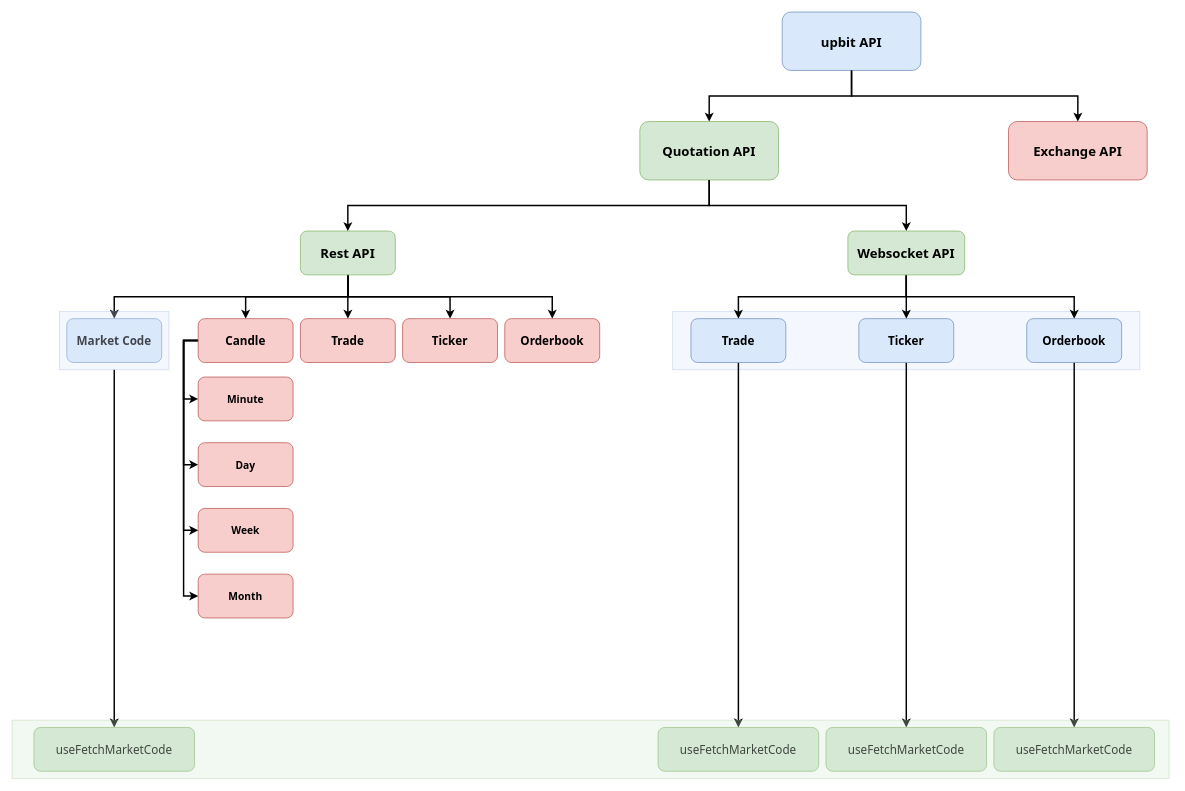
Before: page "Page-1" (1 of 2) of draws/api_flow.drawio in devKangMinHyeok/use-upbit-api, a draw.io diagram. Source tidied: cells renumbered, new cells numbered last; positions are measured from the earlier drawing's top-left corner, leaving out a move shared by most shapes. Both pictures are drawn from the tidied source at 73%, with x=0, y=0 at pixel (12, 12).
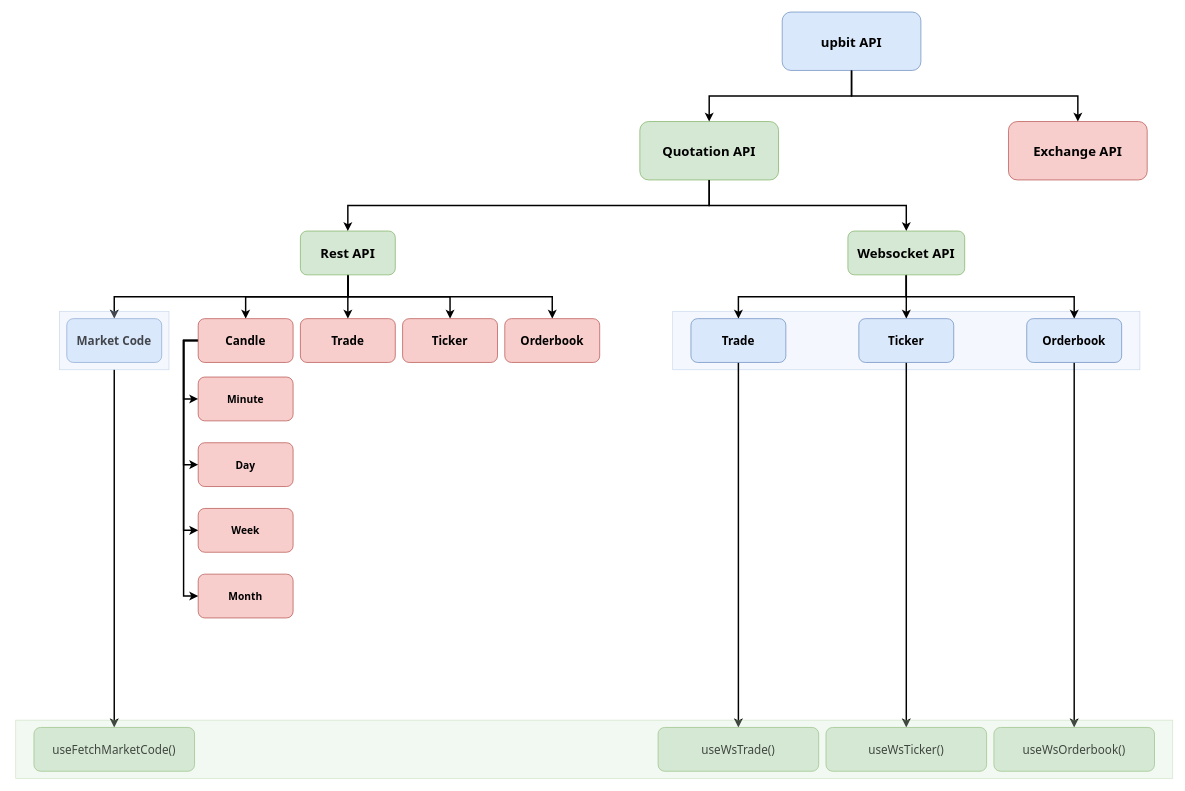
The same diagram, later.

The edit, as a diff of the source:
```diff
@@
-    <mxCell id="41" value="useFetchMarketCode" style="rounded=1;fillColor=#d5e8d4;strokeColor=#82b366;fontStyle=0;fontFamily=Tahoma;fontSize=16;" parent="1" vertex="1">
+    <mxCell id="41" value="useFetchMarketCode()" style="rounded=1;fillColor=#d5e8d4;strokeColor=#82b366;fontStyle=0;fontFamily=Tahoma;fontSize=16;" parent="1" vertex="1">
       <mxGeometry x="30" y="980" width="220" height="60" as="geometry" />
     </mxCell>
-    <mxCell id="42" value="useFetchMarketCode" style="rounded=1;fillColor=#d5e8d4;strokeColor=#82b366;fontStyle=0;fontFamily=Tahoma;fontSize=16;" parent="1" vertex="1">
+    <mxCell id="42" value="useWsTrade()" style="rounded=1;fillColor=#d5e8d4;strokeColor=#82b366;fontStyle=0;fontFamily=Tahoma;fontSize=16;" parent="1" vertex="1">
       <mxGeometry x="885" y="980" width="220" height="60" as="geometry" />
     </mxCell>
-    <mxCell id="43" value="useFetchMarketCode" style="rounded=1;fillColor=#d5e8d4;strokeColor=#82b366;fontStyle=0;fontFamily=Tahoma;fontSize=16;" parent="1" vertex="1">
+    <mxCell id="43" value="useWsTicker()" style="rounded=1;fillColor=#d5e8d4;strokeColor=#82b366;fontStyle=0;fontFamily=Tahoma;fontSize=16;" parent="1" vertex="1">
       <mxGeometry x="1115" y="980" width="220" height="60" as="geometry" />
     </mxCell>
-    <mxCell id="44" value="useFetchMarketCode" style="rounded=1;fillColor=#d5e8d4;strokeColor=#82b366;fontStyle=0;fontFamily=Tahoma;fontSize=16;" parent="1" vertex="1">
+    <mxCell id="44" value="useWsOrderbook()" style="rounded=1;fillColor=#d5e8d4;strokeColor=#82b366;fontStyle=0;fontFamily=Tahoma;fontSize=16;" parent="1" vertex="1">
       <mxGeometry x="1345" y="980" width="220" height="60" as="geometry" />
     </mxCell>
     <mxCell id="45" style="fillColor=#d5e8d4;strokeColor=#82b366;opacity=30;" parent="1" vertex="1">
-      <mxGeometry y="970" width="1585" height="80" as="geometry" />
+      <mxGeometry x="5" y="970" width="1585" height="80" as="geometry" />
     </mxCell>
```
